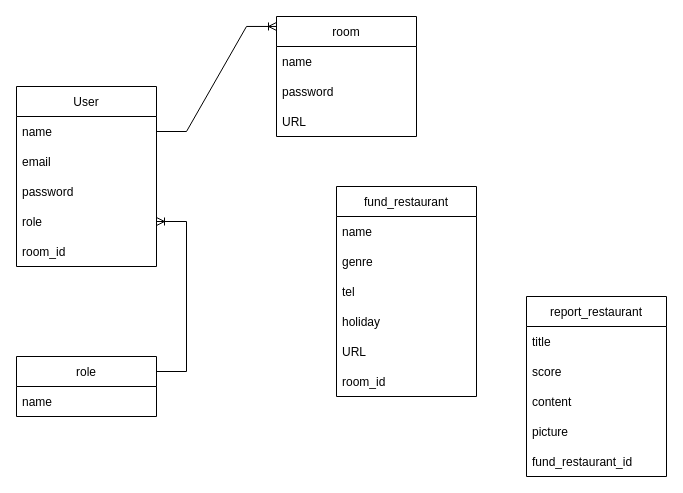
Earlier version of the draw.io diagram ER_diagram.drawio (kashmii/favs_we_know). Source tidied: cells renumbered, new cells numbered last; positions are measured from the earlier drawing's top-left corner, leaving out a move shared by most shapes. Both pictures are drawn from the tidied source at 100%, with x=0, y=0 at pixel (16, 16).
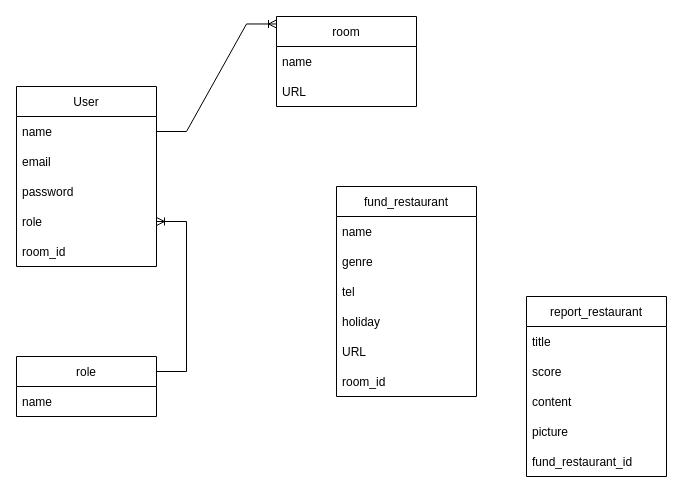
The same page after the edit.

Diff of the diagram source:
```diff
@@
     <mxCell id="2" value="room" style="swimlane;fontStyle=0;horizontal=1;startSize=30;" parent="1" vertex="1">
-      <mxGeometry x="260" width="140" height="120" as="geometry" />
+      <mxGeometry x="260" width="140" height="90" as="geometry" />
     </mxCell>
@@
-    <mxCell id="4" value="password" style="text;strokeColor=none;fillColor=none;align=left;verticalAlign=middle;spacingLeft=4;spacingRight=4;overflow=hidden;" parent="2" vertex="1">
-      <mxGeometry y="60" width="140" height="30" as="geometry" />
-    </mxCell>
     <mxCell id="5" value="URL" style="text;strokeColor=none;fillColor=none;align=left;verticalAlign=middle;spacingLeft=4;spacingRight=4;overflow=hidden;" parent="2" vertex="1">
-      <mxGeometry y="90" width="140" height="30" as="geometry" />
+      <mxGeometry y="60" width="140" height="30" as="geometry" />
     </mxCell>
```
